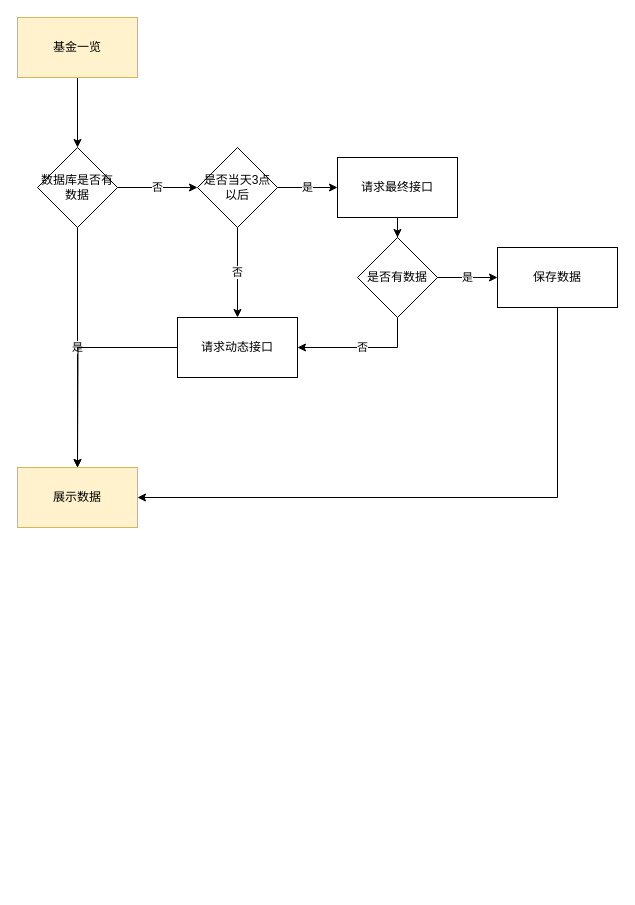
Above: 基金一览.drawio in tghtgh123000/diagrams (draw.io), before the change. Source tidied: cells renumbered, new cells numbered last; positions are measured from the earlier drawing's top-left corner, leaving out a move shared by most shapes. Both pictures are drawn from the tidied source at 100%, with x=0, y=0 at pixel (17, 17).
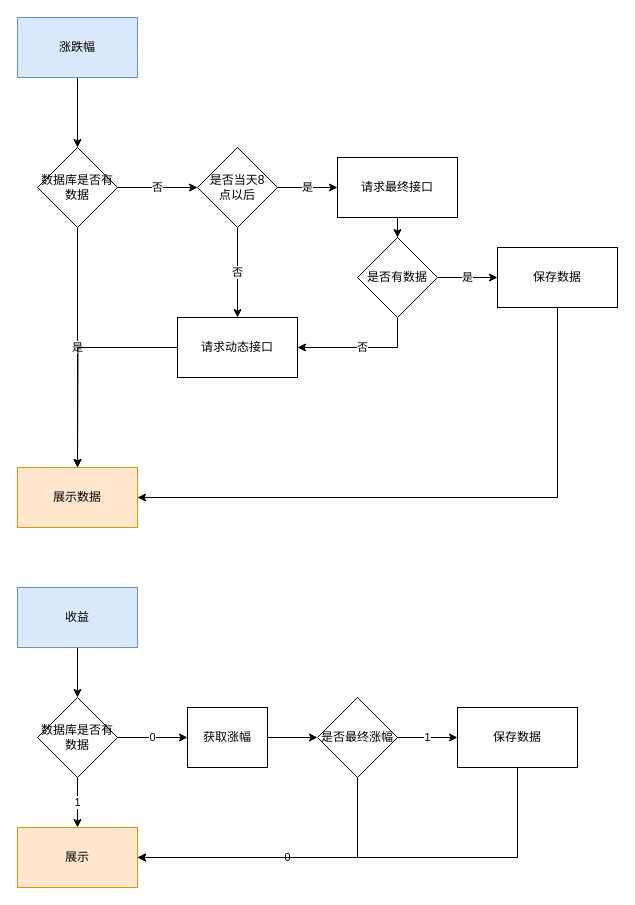
The same diagram, later.

Commit message:
更新基金一览.drawio

The edit, as a diff of the source:
```diff
@@
-    <mxCell id="3" value="&lt;div&gt;基金一览&lt;/div&gt;" style="rounded=0;whiteSpace=wrap;html=1;fillColor=#fff2cc;strokeColor=#d6b656;" parent="1" vertex="1">
+    <mxCell id="3" value="涨跌幅" style="rounded=0;whiteSpace=wrap;html=1;fillColor=#dae8fc;strokeColor=#6c8ebf;" parent="1" vertex="1">
       <mxGeometry width="120" height="60" as="geometry" />
     </mxCell>
@@
-    <mxCell id="7" value="&lt;div&gt;展示数据&lt;/div&gt;" style="whiteSpace=wrap;html=1;rounded=0;fillColor=#fff2cc;strokeColor=#d6b656;" parent="1" vertex="1">
+    <mxCell id="7" value="&lt;div&gt;展示数据&lt;/div&gt;" style="whiteSpace=wrap;html=1;rounded=0;fillColor=#ffe6cc;strokeColor=#d79b00;" parent="1" vertex="1">
       <mxGeometry y="450" width="120" height="60" as="geometry" />
     </mxCell>
@@
-    <mxCell id="10" value="&lt;div&gt;是否当天3点以后&lt;/div&gt;" style="rhombus;whiteSpace=wrap;html=1;rounded=0;" parent="1" vertex="1">
+    <mxCell id="10" value="&lt;div&gt;是否当天8&lt;/div&gt;&lt;div&gt;点以后&lt;/div&gt;" style="rhombus;whiteSpace=wrap;html=1;rounded=0;" parent="1" vertex="1">
       <mxGeometry x="180" y="130" width="80" height="80" as="geometry" />
     </mxCell>
@@
+    <mxCell id="20" style="edgeStyle=orthogonalEdgeStyle;rounded=0;jettySize=auto;html=1;" parent="1" edge="1" source="21" target="24">
+      <mxGeometry relative="1" as="geometry" />
+    </mxCell>
+    <mxCell id="21" value="收益" style="rounded=0;whiteSpace=wrap;html=1;fillColor=#dae8fc;strokeColor=#6c8ebf;" parent="1" vertex="1">
+      <mxGeometry y="570" width="120" height="60" as="geometry" />
+    </mxCell>
+    <mxCell id="22" value="1" style="edgeStyle=orthogonalEdgeStyle;rounded=0;jettySize=auto;html=1;" parent="1" edge="1" source="24" target="25">
+      <mxGeometry relative="1" as="geometry" />
+    </mxCell>
+    <mxCell id="23" value="0" style="edgeStyle=orthogonalEdgeStyle;rounded=0;jettySize=auto;html=1;" parent="1" edge="1" source="24" target="27">
+      <mxGeometry relative="1" as="geometry" />
+    </mxCell>
+    <mxCell id="24" value="&lt;div&gt;数据库是否有数据&lt;/div&gt;" style="rhombus;whiteSpace=wrap;html=1;rounded=0;" parent="1" vertex="1">
+      <mxGeometry x="20" y="680" width="80" height="80" as="geometry" />
+    </mxCell>
+    <mxCell id="25" value="展示" style="rounded=0;whiteSpace=wrap;html=1;fillColor=#ffe6cc;strokeColor=#d79b00;" parent="1" vertex="1">
+      <mxGeometry y="810" width="120" height="60" as="geometry" />
+    </mxCell>
+    <mxCell id="26" style="edgeStyle=orthogonalEdgeStyle;rounded=0;jettySize=auto;html=1;" parent="1" edge="1" source="27" target="30">
+      <mxGeometry relative="1" as="geometry" />
+    </mxCell>
+    <mxCell id="27" value="获取涨幅" style="rounded=0;whiteSpace=wrap;html=1;" parent="1" vertex="1">
+      <mxGeometry x="170" y="690" width="80" height="60" as="geometry" />
+    </mxCell>
+    <mxCell id="28" value="1" style="edgeStyle=orthogonalEdgeStyle;rounded=0;jettySize=auto;html=1;" parent="1" edge="1" source="30" target="32">
+      <mxGeometry relative="1" as="geometry" />
+    </mxCell>
+    <mxCell id="29" value="0" style="edgeStyle=orthogonalEdgeStyle;rounded=0;jettySize=auto;html=1;exitX=0.5;exitY=1;exitDx=0;exitDy=0;entryX=1;entryY=0.5;entryDx=0;entryDy=0;" parent="1" edge="1" source="30" target="25">
+      <mxGeometry relative="1" as="geometry" />
+    </mxCell>
+    <mxCell id="30" value="是否最终涨幅" style="rhombus;whiteSpace=wrap;html=1;" parent="1" vertex="1">
+      <mxGeometry x="300" y="680" width="80" height="80" as="geometry" />
+    </mxCell>
+    <mxCell id="31" style="edgeStyle=orthogonalEdgeStyle;rounded=0;jettySize=auto;html=1;exitX=0.5;exitY=1;exitDx=0;exitDy=0;entryX=1;entryY=0.5;entryDx=0;entryDy=0;" parent="1" edge="1" source="32" target="25">
+      <mxGeometry relative="1" as="geometry" />
+    </mxCell>
+    <mxCell id="32" value="保存数据" style="whiteSpace=wrap;html=1;" parent="1" vertex="1">
+      <mxGeometry x="440" y="690" width="120" height="60" as="geometry" />
+    </mxCell>
```
